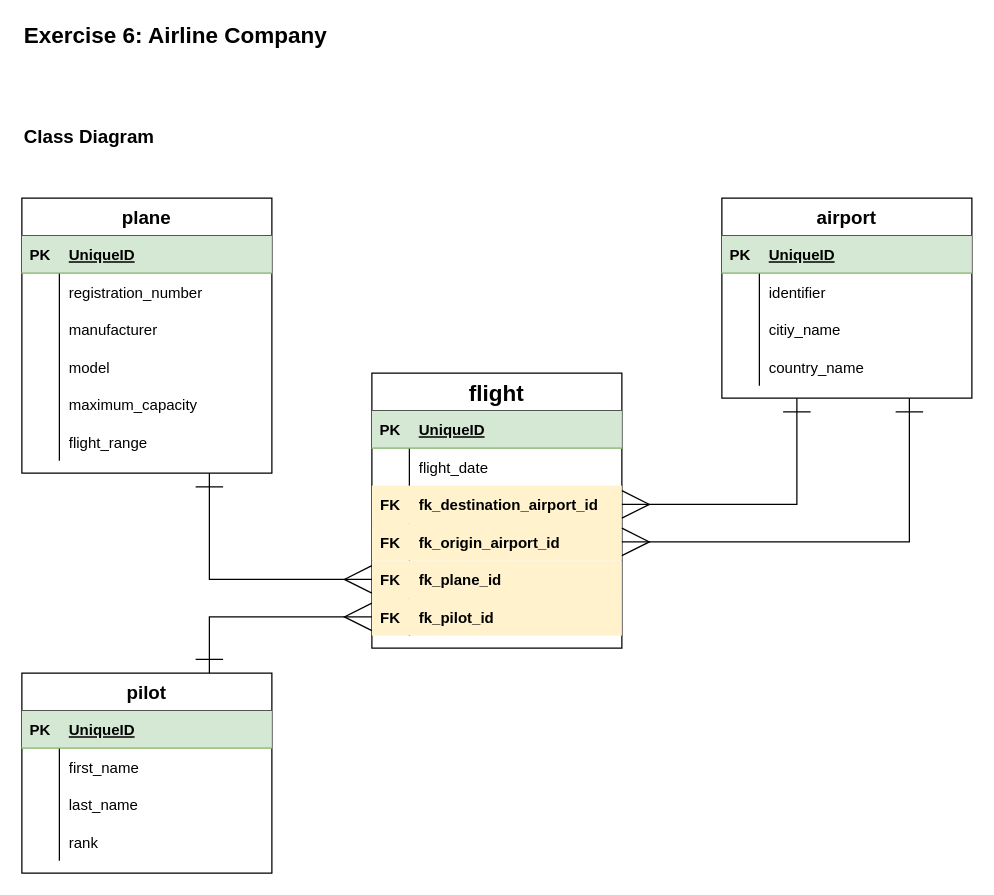
mbalabanov/CF-BE1-DB keeps this draw.io diagram as concept/airline-class-diagram.drawio. Above is the earlier version. Source tidied: cells renumbered, new cells numbered last; positions are measured from the earlier drawing's top-left corner, leaving out a move shared by most shapes. Both pictures are drawn from the tidied source at 125%, with x=0, y=0 at pixel (21, 22).
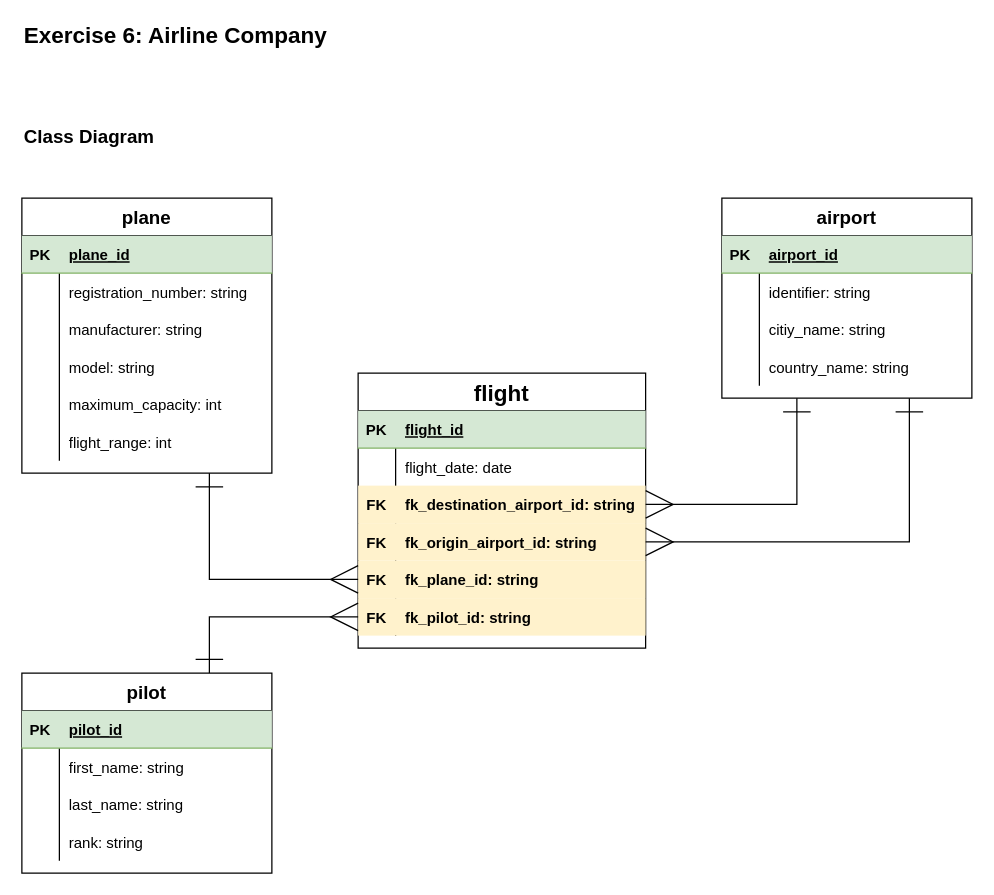
The same diagram, later.

Unchanged cells that the change refers to:
```xml
<mxCell id="25" style="shape=partialRectangle;fillColor=#d5e8d4;top=0;left=0;bottom=1;right=0;strokeColor=#82b366;" parent="24" vertex="1">
  <mxGeometry y="30" width="200" height="30" as="geometry" />
</mxCell>
<mxCell id="28" style="shape=partialRectangle;fillColor=none;top=0;left=0;bottom=0;right=0;" parent="24" vertex="1">
  <mxGeometry y="60" width="200" height="30" as="geometry" />
</mxCell>
<mxCell id="31" style="shape=partialRectangle;fillColor=none;top=0;left=0;bottom=0;right=0;" parent="24" vertex="1">
  <mxGeometry y="90" width="200" height="30" as="geometry" />
</mxCell>
<mxCell id="34" style="shape=partialRectangle;fillColor=none;top=0;left=0;bottom=0;right=0;" parent="24" vertex="1">
  <mxGeometry y="120" width="200" height="30" as="geometry" />
</mxCell>
<mxCell id="37" style="shape=partialRectangle;fillColor=none;top=0;left=0;bottom=0;right=0;" parent="24" vertex="1">
  <mxGeometry y="150" width="200" height="30" as="geometry" />
</mxCell>
<mxCell id="40" style="shape=partialRectangle;fillColor=none;top=0;left=0;bottom=0;right=0;" parent="24" vertex="1">
  <mxGeometry y="180" width="200" height="30" as="geometry" />
</mxCell>
<mxCell id="46" style="shape=partialRectangle;fillColor=#d5e8d4;top=0;left=0;bottom=1;right=0;strokeColor=#82b366;" parent="45" vertex="1">
  <mxGeometry y="30" width="200" height="30" as="geometry" />
</mxCell>
<mxCell id="49" style="shape=partialRectangle;fillColor=none;top=0;left=0;bottom=0;right=0;" parent="45" vertex="1">
  <mxGeometry y="60" width="200" height="30" as="geometry" />
</mxCell>
<mxCell id="52" style="shape=partialRectangle;fillColor=none;top=0;left=0;bottom=0;right=0;" parent="45" vertex="1">
  <mxGeometry y="90" width="200" height="30" as="geometry" />
</mxCell>
<mxCell id="55" style="shape=partialRectangle;fillColor=none;top=0;left=0;bottom=0;right=0;" parent="45" vertex="1">
  <mxGeometry y="120" width="200" height="30" as="geometry" />
</mxCell>
<mxCell id="60" style="shape=partialRectangle;fillColor=#d5e8d4;top=0;left=0;bottom=1;right=0;strokeColor=#82b366;" parent="59" vertex="1">
  <mxGeometry y="30" width="200" height="30" as="geometry" />
</mxCell>
<mxCell id="63" style="shape=partialRectangle;fillColor=none;top=0;left=0;bottom=0;right=0;" parent="59" vertex="1">
  <mxGeometry y="60" width="200" height="30" as="geometry" />
</mxCell>
<mxCell id="66" style="shape=partialRectangle;fillColor=none;top=0;left=0;bottom=0;right=0;" parent="59" vertex="1">
  <mxGeometry y="90" width="200" height="30" as="geometry" />
</mxCell>
<mxCell id="69" style="shape=partialRectangle;fillColor=none;top=0;left=0;bottom=0;right=0;" parent="59" vertex="1">
  <mxGeometry y="120" width="200" height="30" as="geometry" />
</mxCell>
```

What changed in the source:
```diff
@@
     <mxCell id="3" value="flight" style="shape=table;startSize=30;childLayout=tableLayout;rowLines=0;fontStyle=1;align=center;fontSize=18;" parent="1" vertex="1">
-      <mxGeometry x="280" y="280" width="200" height="220" as="geometry" />
+      <mxGeometry x="269" y="280" width="230" height="220" as="geometry" />
     </mxCell>
     <mxCell id="4" style="shape=partialRectangle;fillColor=#d5e8d4;top=0;left=0;bottom=1;right=0;strokeColor=#82b366;" parent="3" vertex="1">
-      <mxGeometry y="30" width="200" height="30" as="geometry" />
+      <mxGeometry y="30" width="230" height="30" as="geometry" />
     </mxCell>
@@
-    <mxCell id="6" value="UniqueID" style="shape=partialRectangle;fillColor=none;top=0;left=0;bottom=0;right=0;align=left;spacingLeft=6;fontStyle=5;overflow=hidden;" parent="4" vertex="1">
-      <mxGeometry x="30" width="170" height="30" as="geometry" />
+    <mxCell id="6" value="flight_id" style="shape=partialRectangle;fillColor=none;top=0;left=0;bottom=0;right=0;align=left;spacingLeft=6;fontStyle=5;overflow=hidden;" parent="4" vertex="1">
+      <mxGeometry x="30" width="200" height="30" as="geometry" />
     </mxCell>
     <mxCell id="7" style="shape=partialRectangle;fillColor=none;top=0;left=0;bottom=0;right=0;" parent="3" vertex="1">
-      <mxGeometry y="60" width="200" height="30" as="geometry" />
+      <mxGeometry y="60" width="230" height="30" as="geometry" />
     </mxCell>
@@
-    <mxCell id="9" value="flight_date" style="shape=partialRectangle;fillColor=none;top=0;left=0;bottom=0;right=0;align=left;spacingLeft=6;overflow=hidden;fontStyle=0;" parent="7" vertex="1">
-      <mxGeometry x="30" width="170" height="30" as="geometry" />
+    <mxCell id="9" value="flight_date: date" style="shape=partialRectangle;fillColor=none;top=0;left=0;bottom=0;right=0;align=left;spacingLeft=6;overflow=hidden;fontStyle=0;" parent="7" vertex="1">
+      <mxGeometry x="30" width="200" height="30" as="geometry" />
     </mxCell>
     <mxCell id="10" style="shape=partialRectangle;fillColor=#fff2cc;top=0;left=0;bottom=0;right=0;points=[[0,0.5],[1,0.5]];portConstraint=eastwest;strokeColor=#d6b656;" parent="3" vertex="1">
-      <mxGeometry y="90" width="200" height="30" as="geometry" />
+      <mxGeometry y="90" width="230" height="30" as="geometry" />
     </mxCell>
@@
-    <mxCell id="12" value="fk_destination_airport_id" style="shape=partialRectangle;fillColor=none;top=0;left=0;bottom=0;right=0;align=left;spacingLeft=6;overflow=hidden;fontStyle=1;" parent="10" vertex="1">
-      <mxGeometry x="30" width="170" height="30" as="geometry" />
+    <mxCell id="12" value="fk_destination_airport_id: string" style="shape=partialRectangle;fillColor=none;top=0;left=0;bottom=0;right=0;align=left;spacingLeft=6;overflow=hidden;fontStyle=1;" parent="10" vertex="1">
+      <mxGeometry x="30" width="200" height="30" as="geometry" />
     </mxCell>
     <mxCell id="13" style="shape=partialRectangle;fillColor=#fff2cc;top=0;left=0;bottom=0;right=0;points=[[0,0.5],[1,0.5]];portConstraint=eastwest;strokeColor=#d6b656;" parent="3" vertex="1">
-      <mxGeometry y="120" width="200" height="30" as="geometry" />
+      <mxGeometry y="120" width="230" height="30" as="geometry" />
     </mxCell>
@@
-    <mxCell id="15" value="fk_origin_airport_id" style="shape=partialRectangle;fillColor=none;top=0;left=0;bottom=0;right=0;align=left;spacingLeft=6;overflow=hidden;fontStyle=1;" parent="13" vertex="1">
-      <mxGeometry x="30" width="170" height="30" as="geometry" />
+    <mxCell id="15" value="fk_origin_airport_id: string" style="shape=partialRectangle;fillColor=none;top=0;left=0;bottom=0;right=0;align=left;spacingLeft=6;overflow=hidden;fontStyle=1;" parent="13" vertex="1">
+      <mxGeometry x="30" width="200" height="30" as="geometry" />
     </mxCell>
     <mxCell id="16" style="shape=partialRectangle;fillColor=#fff2cc;top=0;left=0;bottom=0;right=0;points=[[0,0.5],[1,0.5]];portConstraint=eastwest;strokeColor=#d6b656;" parent="3" vertex="1">
-      <mxGeometry y="150" width="200" height="30" as="geometry" />
+      <mxGeometry y="150" width="230" height="30" as="geometry" />
     </mxCell>
@@
-    <mxCell id="18" value="fk_plane_id" style="shape=partialRectangle;fillColor=none;top=0;left=0;bottom=0;right=0;align=left;spacingLeft=6;overflow=hidden;fontStyle=1;" parent="16" vertex="1">
-      <mxGeometry x="30" width="170" height="30" as="geometry" />
+    <mxCell id="18" value="fk_plane_id: string" style="shape=partialRectangle;fillColor=none;top=0;left=0;bottom=0;right=0;align=left;spacingLeft=6;overflow=hidden;fontStyle=1;" parent="16" vertex="1">
+      <mxGeometry x="30" width="200" height="30" as="geometry" />
     </mxCell>
     <mxCell id="19" style="shape=partialRectangle;fillColor=#fff2cc;top=0;left=0;bottom=0;right=0;points=[[0,0.5],[1,0.5]];portConstraint=eastwest;strokeColor=#d6b656;" parent="3" vertex="1">
-      <mxGeometry y="180" width="200" height="30" as="geometry" />
+      <mxGeometry y="180" width="230" height="30" as="geometry" />
     </mxCell>
@@
-    <mxCell id="21" value="fk_pilot_id" style="shape=partialRectangle;fillColor=none;top=0;left=0;bottom=0;right=0;align=left;spacingLeft=6;overflow=hidden;fontStyle=1;" parent="19" vertex="1">
-      <mxGeometry x="30" width="170" height="30" as="geometry" />
+    <mxCell id="21" value="fk_pilot_id: string" style="shape=partialRectangle;fillColor=none;top=0;left=0;bottom=0;right=0;align=left;spacingLeft=6;overflow=hidden;fontStyle=1;" parent="19" vertex="1">
+      <mxGeometry x="30" width="200" height="30" as="geometry" />
     </mxCell>
@@
-    <mxCell id="27" value="UniqueID" style="shape=partialRectangle;fillColor=none;top=0;left=0;bottom=0;right=0;align=left;spacingLeft=6;fontStyle=5;overflow=hidden;" parent="25" vertex="1">
+    <mxCell id="27" value="plane_id" style="shape=partialRectangle;fillColor=none;top=0;left=0;bottom=0;right=0;align=left;spacingLeft=6;fontStyle=5;overflow=hidden;" parent="25" vertex="1">
       <mxGeometry x="30" width="170" height="30" as="geometry" />
     </mxCell>
@@
-    <mxCell id="30" value="registration_number" style="shape=partialRectangle;fillColor=none;top=0;left=0;bottom=0;right=0;align=left;spacingLeft=6;overflow=hidden;" parent="28" vertex="1">
+    <mxCell id="30" value="registration_number: string" style="shape=partialRectangle;fillColor=none;top=0;left=0;bottom=0;right=0;align=left;spacingLeft=6;overflow=hidden;" parent="28" vertex="1">
       <mxGeometry x="30" width="170" height="30" as="geometry" />
     </mxCell>
@@
-    <mxCell id="33" value="manufacturer" style="shape=partialRectangle;fillColor=none;top=0;left=0;bottom=0;right=0;align=left;spacingLeft=6;overflow=hidden;" parent="31" vertex="1">
+    <mxCell id="33" value="manufacturer: string" style="shape=partialRectangle;fillColor=none;top=0;left=0;bottom=0;right=0;align=left;spacingLeft=6;overflow=hidden;" parent="31" vertex="1">
       <mxGeometry x="30" width="170" height="30" as="geometry" />
     </mxCell>
@@
-    <mxCell id="36" value="model" style="shape=partialRectangle;fillColor=none;top=0;left=0;bottom=0;right=0;align=left;spacingLeft=6;overflow=hidden;" parent="34" vertex="1">
+    <mxCell id="36" value="model: string" style="shape=partialRectangle;fillColor=none;top=0;left=0;bottom=0;right=0;align=left;spacingLeft=6;overflow=hidden;" parent="34" vertex="1">
       <mxGeometry x="30" width="170" height="30" as="geometry" />
     </mxCell>
@@
-    <mxCell id="39" value="maximum_capacity" style="shape=partialRectangle;fillColor=none;top=0;left=0;bottom=0;right=0;align=left;spacingLeft=6;overflow=hidden;" parent="37" vertex="1">
+    <mxCell id="39" value="maximum_capacity: int" style="shape=partialRectangle;fillColor=none;top=0;left=0;bottom=0;right=0;align=left;spacingLeft=6;overflow=hidden;" parent="37" vertex="1">
       <mxGeometry x="30" width="170" height="30" as="geometry" />
     </mxCell>
@@
-    <mxCell id="42" value="flight_range" style="shape=partialRectangle;fillColor=none;top=0;left=0;bottom=0;right=0;align=left;spacingLeft=6;overflow=hidden;" parent="40" vertex="1">
+    <mxCell id="42" value="flight_range: int" style="shape=partialRectangle;fillColor=none;top=0;left=0;bottom=0;right=0;align=left;spacingLeft=6;overflow=hidden;" parent="40" vertex="1">
       <mxGeometry x="30" width="170" height="30" as="geometry" />
     </mxCell>
@@
-    <mxCell id="48" value="UniqueID" style="shape=partialRectangle;fillColor=none;top=0;left=0;bottom=0;right=0;align=left;spacingLeft=6;fontStyle=5;overflow=hidden;" parent="46" vertex="1">
+    <mxCell id="48" value="airport_id" style="shape=partialRectangle;fillColor=none;top=0;left=0;bottom=0;right=0;align=left;spacingLeft=6;fontStyle=5;overflow=hidden;" parent="46" vertex="1">
       <mxGeometry x="30" width="170" height="30" as="geometry" />
     </mxCell>
@@
-    <mxCell id="51" value="identifier" style="shape=partialRectangle;fillColor=none;top=0;left=0;bottom=0;right=0;align=left;spacingLeft=6;overflow=hidden;" parent="49" vertex="1">
+    <mxCell id="51" value="identifier: string" style="shape=partialRectangle;fillColor=none;top=0;left=0;bottom=0;right=0;align=left;spacingLeft=6;overflow=hidden;" parent="49" vertex="1">
       <mxGeometry x="30" width="170" height="30" as="geometry" />
     </mxCell>
@@
-    <mxCell id="54" value="citiy_name" style="shape=partialRectangle;fillColor=none;top=0;left=0;bottom=0;right=0;align=left;spacingLeft=6;overflow=hidden;" parent="52" vertex="1">
+    <mxCell id="54" value="citiy_name: string" style="shape=partialRectangle;fillColor=none;top=0;left=0;bottom=0;right=0;align=left;spacingLeft=6;overflow=hidden;" parent="52" vertex="1">
       <mxGeometry x="30" width="170" height="30" as="geometry" />
     </mxCell>
@@
-    <mxCell id="57" value="country_name" style="shape=partialRectangle;fillColor=none;top=0;left=0;bottom=0;right=0;align=left;spacingLeft=6;overflow=hidden;" parent="55" vertex="1">
+    <mxCell id="57" value="country_name: string" style="shape=partialRectangle;fillColor=none;top=0;left=0;bottom=0;right=0;align=left;spacingLeft=6;overflow=hidden;" parent="55" vertex="1">
       <mxGeometry x="30" width="170" height="30" as="geometry" />
     </mxCell>
@@
-    <mxCell id="62" value="UniqueID" style="shape=partialRectangle;fillColor=none;top=0;left=0;bottom=0;right=0;align=left;spacingLeft=6;fontStyle=5;overflow=hidden;" parent="60" vertex="1">
+    <mxCell id="62" value="pilot_id" style="shape=partialRectangle;fillColor=none;top=0;left=0;bottom=0;right=0;align=left;spacingLeft=6;fontStyle=5;overflow=hidden;" parent="60" vertex="1">
       <mxGeometry x="30" width="170" height="30" as="geometry" />
     </mxCell>
@@
-    <mxCell id="65" value="first_name" style="shape=partialRectangle;fillColor=none;top=0;left=0;bottom=0;right=0;align=left;spacingLeft=6;overflow=hidden;" parent="63" vertex="1">
+    <mxCell id="65" value="first_name: string" style="shape=partialRectangle;fillColor=none;top=0;left=0;bottom=0;right=0;align=left;spacingLeft=6;overflow=hidden;" parent="63" vertex="1">
       <mxGeometry x="30" width="170" height="30" as="geometry" />
     </mxCell>
@@
-    <mxCell id="68" value="last_name" style="shape=partialRectangle;fillColor=none;top=0;left=0;bottom=0;right=0;align=left;spacingLeft=6;overflow=hidden;" parent="66" vertex="1">
+    <mxCell id="68" value="last_name: string" style="shape=partialRectangle;fillColor=none;top=0;left=0;bottom=0;right=0;align=left;spacingLeft=6;overflow=hidden;" parent="66" vertex="1">
       <mxGeometry x="30" width="170" height="30" as="geometry" />
     </mxCell>
@@
-    <mxCell id="71" value="rank" style="shape=partialRectangle;fillColor=none;top=0;left=0;bottom=0;right=0;align=left;spacingLeft=6;overflow=hidden;" parent="69" vertex="1">
+    <mxCell id="71" value="rank: string" style="shape=partialRectangle;fillColor=none;top=0;left=0;bottom=0;right=0;align=left;spacingLeft=6;overflow=hidden;" parent="69" vertex="1">
       <mxGeometry x="30" width="170" height="30" as="geometry" />
     </mxCell>
```
